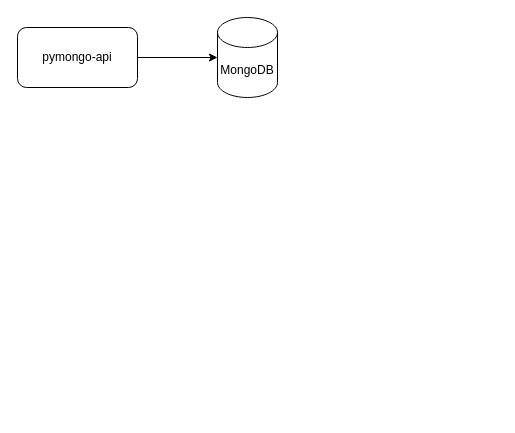
pe4enko/ya-arch-architecture-sprint-2 keeps this draw.io diagram as page "Шардирование" (2 of 2) of Task1.drawio. Above is the earlier version. Source tidied: cells renumbered, new cells numbered last; positions are measured from the earlier drawing's top-left corner, leaving out a move shared by most shapes. Both pictures are drawn from the tidied source at 100%, with x=0, y=0 at pixel (17, 17).
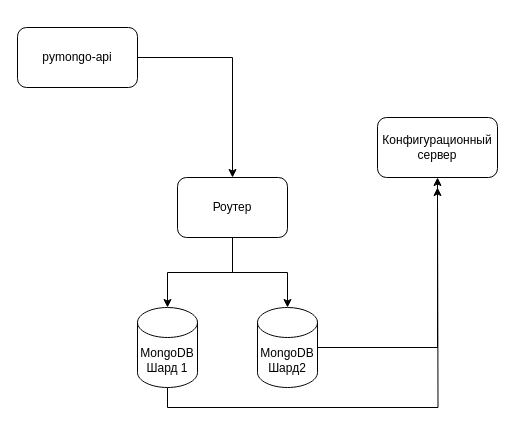
After the change.

Commit message:
Добавлена схема шардирования Mongo

Diff of the diagram source:
```diff
@@
 <mxGraphModel>
   <root>
     <mxCell id="0" />
     <mxCell id="1" parent="0" />
+    <mxCell id="5" style="edgeStyle=orthogonalEdgeStyle;rounded=0;jettySize=auto;html=1;exitX=0.5;exitY=1;exitDx=0;exitDy=0;exitPerimeter=0;" parent="1" edge="1" source="2">
+      <mxGeometry relative="1" as="geometry">
+        <mxPoint x="420" y="170" as="targetPoint" />
+      </mxGeometry>
+    </mxCell>
-    <mxCell id="2" value="MongoDB" style="shape=cylinder3;whiteSpace=wrap;html=1;boundedLbl=1;backgroundOutline=1;size=15;" parent="1" vertex="1">
-      <mxGeometry x="200" width="60" height="80" as="geometry" />
+    <mxCell id="2" value="MongoDB&lt;br&gt;Шард 1" style="shape=cylinder3;whiteSpace=wrap;html=1;boundedLbl=1;backgroundOutline=1;size=15;" parent="1" vertex="1">
+      <mxGeometry x="120" y="290" width="60" height="80" as="geometry" />
     </mxCell>
     <mxCell id="3" value="pymongo-api" style="rounded=1;whiteSpace=wrap;html=1;" parent="1" vertex="1">
       <mxGeometry y="10" width="120" height="60" as="geometry" />
     </mxCell>
-    <mxCell id="4" style="edgeStyle=orthogonalEdgeStyle;rounded=0;jettySize=auto;html=1;exitX=1;exitY=0.5;exitDx=0;exitDy=0;entryX=0;entryY=0.5;entryDx=0;entryDy=0;entryPerimeter=0;" parent="1" edge="1" source="3" target="2">
+    <mxCell id="4" style="edgeStyle=orthogonalEdgeStyle;rounded=0;jettySize=auto;html=1;exitX=1;exitY=0.5;exitDx=0;exitDy=0;entryX=0.5;entryY=0;entryDx=0;entryDy=0;" parent="1" edge="1" source="3" target="7">
       <mxGeometry relative="1" as="geometry" />
     </mxCell>
+    <mxCell id="6" value="Конфигурационный сервер" style="rounded=1;whiteSpace=wrap;html=1;" parent="1" vertex="1">
+      <mxGeometry x="360" y="100" width="120" height="60" as="geometry" />
+    </mxCell>
+    <mxCell id="7" value="Роутер" style="rounded=1;whiteSpace=wrap;html=1;" parent="1" vertex="1">
+      <mxGeometry x="160" y="160" width="110" height="60" as="geometry" />
+    </mxCell>
+    <mxCell id="8" style="edgeStyle=orthogonalEdgeStyle;rounded=0;jettySize=auto;html=1;entryX=0.5;entryY=1;entryDx=0;entryDy=0;" parent="1" edge="1" source="9" target="6">
+      <mxGeometry relative="1" as="geometry" />
+    </mxCell>
+    <mxCell id="9" value="MongoDB&lt;br&gt;Шард2" style="shape=cylinder3;whiteSpace=wrap;html=1;boundedLbl=1;backgroundOutline=1;size=15;" parent="1" vertex="1">
+      <mxGeometry x="240" y="290" width="60" height="80" as="geometry" />
+    </mxCell>
+    <mxCell id="10" style="edgeStyle=orthogonalEdgeStyle;rounded=0;jettySize=auto;html=1;entryX=0.5;entryY=0;entryDx=0;entryDy=0;entryPerimeter=0;" parent="1" edge="1" source="7" target="2">
+      <mxGeometry relative="1" as="geometry" />
+    </mxCell>
+    <mxCell id="11" style="edgeStyle=orthogonalEdgeStyle;rounded=0;jettySize=auto;html=1;entryX=0.5;entryY=0;entryDx=0;entryDy=0;entryPerimeter=0;" parent="1" edge="1" source="7" target="9">
+      <mxGeometry relative="1" as="geometry" />
+    </mxCell>
   </root>
 </mxGraphModel>
```
